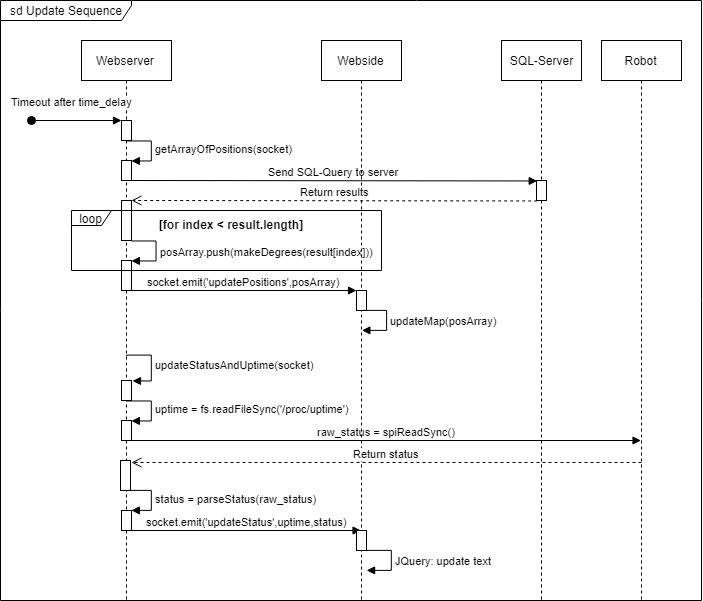
Before: Krav og Design/UpdateMap_SD.png, a diagram exported from draw.io (MkLJensen/iFollow). Source tidied: cells renumbered, new cells last; positions are measured from the earlier drawing's top-left corner, leaving out a move shared by most shapes.
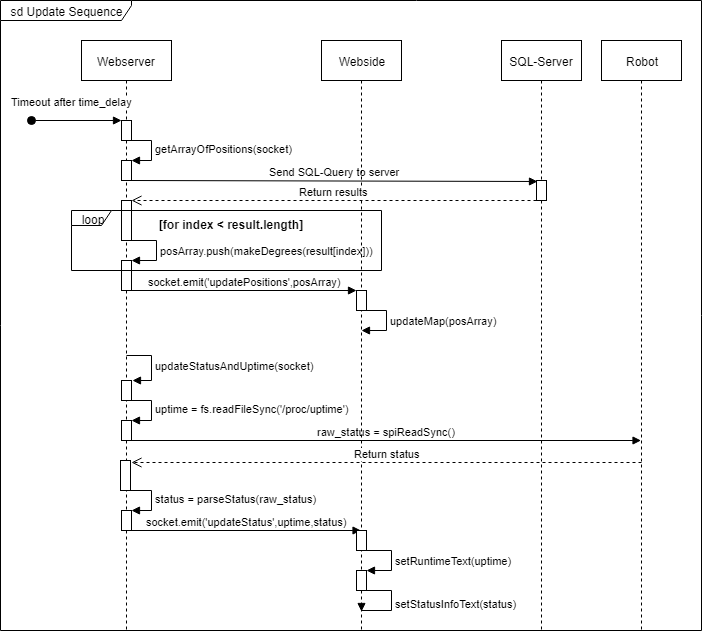
Later version of the same file.

Change to the diagram source:
```diff
@@ -3,10 +3,10 @@
     <mxCell id="0" />
     <mxCell id="1" parent="0" />
     <mxCell id="2" value="sd Update Sequence" style="shape=umlFrame;whiteSpace=wrap;html=1;width=131;height=20;" parent="1" vertex="1">
-      <mxGeometry width="701" height="600" as="geometry" />
+      <mxGeometry width="701" height="630" as="geometry" />
     </mxCell>
     <mxCell id="3" value="Webserver" style="html=1;perimeter=orthogonalPerimeter;shape=umlLifeline;participant=label;fontFamily=Helvetica;fontSize=12;fontColor=#000000;align=center;strokeColor=#000000;fillColor=#ffffff;" parent="1" vertex="1">
-      <mxGeometry x="81" y="40" width="90" height="560" as="geometry" />
+      <mxGeometry x="81" y="40" width="90" height="590" as="geometry" />
     </mxCell>
     <mxCell id="4" style="html=1;perimeter=orthogonalPerimeter;" parent="3" vertex="1">
       <mxGeometry x="40" y="80" width="10" height="20" as="geometry" />
@@ -94,13 +94,13 @@
       </mxGeometry>
     </mxCell>
     <mxCell id="21" value="SQL-Server" style="shape=umlLifeline;perimeter=lifelinePerimeter;whiteSpace=wrap;html=1;" parent="1" vertex="1">
-      <mxGeometry x="501" y="40" width="80" height="560" as="geometry" />
+      <mxGeometry x="501" y="40" width="80" height="590" as="geometry" />
     </mxCell>
     <mxCell id="22" style="html=1;points=[];perimeter=orthogonalPerimeter;" parent="21" vertex="1">
       <mxGeometry x="35" y="140" width="10" height="20" as="geometry" />
     </mxCell>
     <mxCell id="23" value="Robot" style="shape=umlLifeline;perimeter=lifelinePerimeter;whiteSpace=wrap;html=1;outlineConnect=0;" parent="1" vertex="1">
-      <mxGeometry x="601" y="40" width="80" height="560" as="geometry" />
+      <mxGeometry x="601" y="40" width="80" height="590" as="geometry" />
     </mxCell>
     <mxCell id="24" value="Timeout after time_delay" style="html=1;verticalAlign=bottom;startArrow=oval;startFill=1;endArrow=block;startSize=8;" parent="1" edge="1">
       <mxGeometry x="-0.11" y="10" relative="1" as="geometry">
@@ -109,7 +109,7 @@
       </mxGeometry>
     </mxCell>
     <mxCell id="25" value="Webside" style="shape=umlLifeline;perimeter=lifelinePerimeter;whiteSpace=wrap;html=1;outlineConnect=0;" parent="1" vertex="1">
-      <mxGeometry x="321" y="40" width="80" height="560" as="geometry" />
+      <mxGeometry x="321" y="40" width="80" height="590" as="geometry" />
     </mxCell>
     <mxCell id="26" style="html=1;points=[];perimeter=orthogonalPerimeter;" parent="25" vertex="1">
       <mxGeometry x="35" y="250" width="10" height="20" as="geometry" />
@@ -123,7 +123,7 @@
         </Array>
       </mxGeometry>
     </mxCell>
-    <mxCell id="28" value="JQuery: update text" style="edgeStyle=orthogonalEdgeStyle;html=1;align=left;spacingLeft=2;endArrow=block;rounded=0;" parent="25" edge="1">
+    <mxCell id="28" value="setRuntimeText(uptime)" style="edgeStyle=orthogonalEdgeStyle;html=1;align=left;spacingLeft=2;endArrow=block;rounded=0;" parent="25" edge="1">
       <mxGeometry relative="1" as="geometry">
         <mxPoint x="45" y="510" as="sourcePoint" />
         <mxPoint x="45" y="530" as="targetPoint" />
@@ -135,6 +135,18 @@
     <mxCell id="29" style="html=1;perimeter=orthogonalPerimeter;" parent="25" vertex="1">
       <mxGeometry x="35" y="490" width="10" height="20" as="geometry" />
     </mxCell>
+    <mxCell id="34" value="setStatusInfoText(status)" style="edgeStyle=orthogonalEdgeStyle;html=1;align=left;spacingLeft=2;endArrow=block;rounded=0;entryX=0.5;entryY=0.967;entryDx=0;entryDy=0;entryPerimeter=0;" parent="25" edge="1" target="25">
+      <mxGeometry relative="1" as="geometry">
+        <mxPoint x="45.3" y="550.3" as="sourcePoint" />
+        <Array as="points">
+          <mxPoint x="70" y="550" />
+          <mxPoint x="70" y="570" />
+        </Array>
+      </mxGeometry>
+    </mxCell>
+    <mxCell id="35" style="html=1;perimeter=orthogonalPerimeter;" parent="25" vertex="1">
+      <mxGeometry x="35" y="530" width="10" height="20" as="geometry" />
+    </mxCell>
     <mxCell id="30" value="Return results" style="html=1;verticalAlign=bottom;endArrow=open;dashed=1;endSize=8;exitX=0.04;exitY=1;exitDx=0;exitDy=0;exitPerimeter=0;" parent="1" edge="1" source="22">
       <mxGeometry relative="1" as="geometry">
         <mxPoint x="131" y="200" as="targetPoint" />
```
